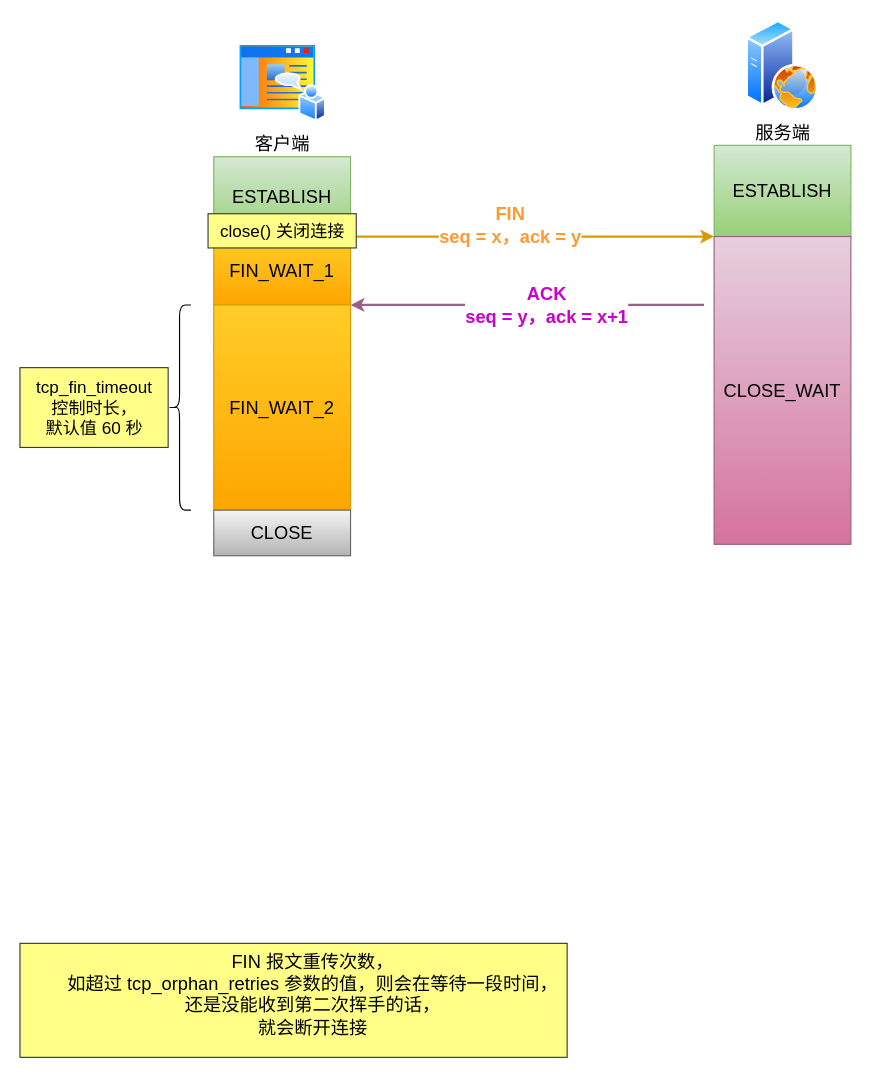
xiaolincoder/ImageHost4 keeps this draw.io diagram as 网络/fin_wait_2.drawio. Above is the earlier version. Source tidied: cells renumbered, new cells numbered last; positions are measured from the earlier drawing's top-left corner, leaving out a move shared by most shapes. Both pictures are drawn from the tidied source at 114%, with x=0, y=0 at pixel (19, 19).
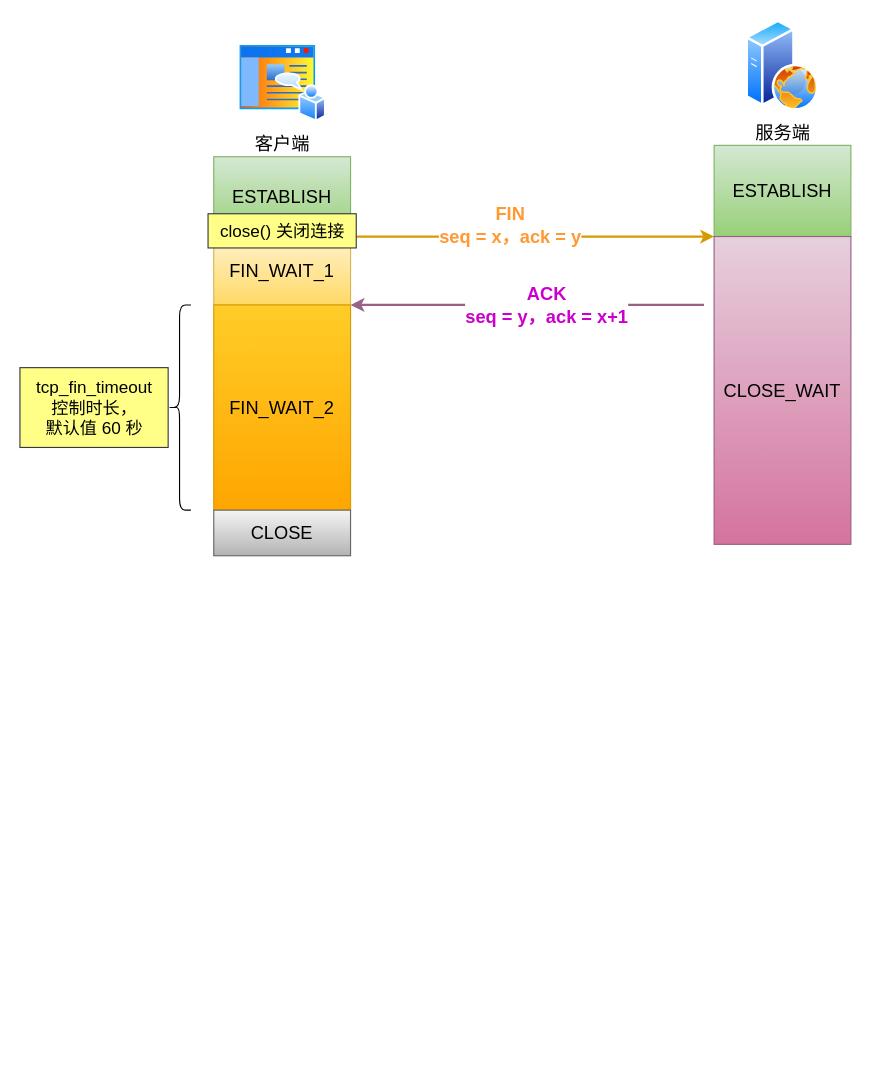
Above is the later version.

Change to the diagram source:
```diff
@@
 <mxGraphModel>
   <root>
     <mxCell id="0" />
     <mxCell id="1" parent="0" />
     <mxCell id="2" value="ESTABLISH" style="rounded=0;whiteSpace=wrap;html=1;fontSize=16;fillColor=#d5e8d4;strokeColor=#82b366;gradientColor=#97d077;" parent="1" vertex="1">
       <mxGeometry x="170" y="120" width="120" height="70" as="geometry" />
     </mxCell>
     <mxCell id="3" value="客户端" style="perimeter=ellipsePerimeter;html=1;align=center;shadow=0;dashed=0;spacingTop=3;image;image=img/lib/active_directory/home_page.svg;fontSize=16;" parent="1" vertex="1">
       <mxGeometry x="191.1" y="20" width="77.8" height="70" as="geometry" />
     </mxCell>
     <mxCell id="4" value="服务端" style="perimeter=ellipsePerimeter;html=1;align=center;shadow=0;dashed=0;spacingTop=3;image;image=img/lib/active_directory/web_server.svg;fontSize=16;" parent="1" vertex="1">
       <mxGeometry x="636.9" width="64" height="80" as="geometry" />
     </mxCell>
     <mxCell id="5" value="ESTABLISH" style="rounded=0;whiteSpace=wrap;html=1;fontSize=16;fillColor=#d5e8d4;strokeColor=#82b366;gradientColor=#97d077;" parent="1" vertex="1">
       <mxGeometry x="608.9" y="110" width="120" height="80" as="geometry" />
     </mxCell>
-    <mxCell id="6" value="FIN_WAIT_1" style="rounded=0;whiteSpace=wrap;html=1;fontSize=16;fillColor=#ffcd28;strokeColor=#d79b00;gradientColor=#ffa500;" parent="1" vertex="1">
+    <mxCell id="6" value="FIN_WAIT_1" style="rounded=0;whiteSpace=wrap;html=1;fontSize=16;fillColor=#fff2cc;strokeColor=#d6b656;gradientColor=#ffd966;" parent="1" vertex="1">
       <mxGeometry x="170" y="190" width="120" height="60" as="geometry" />
     </mxCell>
     <mxCell id="7" value="&lt;b style=&quot;color: rgb(255, 153, 51); font-size: 16px;&quot;&gt;FIN&lt;br style=&quot;font-size: 16px;&quot;&gt;seq = x，ack = y&lt;/b&gt;" style="rounded=0;jettySize=auto;html=1;fontSize=16;exitX=1;exitY=0;exitDx=0;exitDy=0;fillColor=#ffcd28;gradientColor=#ffa500;strokeColor=#d79b00;strokeWidth=2;entryX=0;entryY=1;entryDx=0;entryDy=0;" parent="1" edge="1" target="5">
       <mxGeometry x="-0.12" y="10" relative="1" as="geometry">
         <mxPoint x="290" y="190" as="sourcePoint" />
       </mxGeometry>
     </mxCell>
-    <mxCell id="8" value="&lt;blockquote style=&quot;orphans: 2; text-align: center; text-indent: 0px; widows: 2; text-decoration-thickness: initial; text-decoration-style: initial; text-decoration-color: initial; margin: 0px 0px 0px 40px; border: none; padding: 0px; -webkit-text-stroke-width: 0px; word-spacing: 0px; text-transform: none; letter-spacing: normal; font-weight: 400; font-variant-caps: normal; font-variant-ligatures: normal; font-style: normal; font-size: 16px; font-family: Helvetica; color: rgb(0, 0, 0);&quot;&gt;FIN 报文重传次数，&lt;/blockquote&gt;&lt;blockquote style=&quot;orphans: 2; text-align: center; text-indent: 0px; widows: 2; text-decoration-thickness: initial; text-decoration-style: initial; text-decoration-color: initial; margin: 0px 0px 0px 40px; border: none; padding: 0px;&quot;&gt;如超过 tcp_orphan_retries&amp;nbsp;参数的值，&lt;span style=&quot;color: rgb(0, 0, 0); font-family: Helvetica; font-size: 16px; font-style: normal; font-variant-ligatures: normal; font-variant-caps: normal; font-weight: 400; letter-spacing: normal; text-transform: none; word-spacing: 0px; -webkit-text-stroke-width: 0px;&quot;&gt;则会在等待一段时间，&lt;/span&gt;&lt;/blockquote&gt;&lt;blockquote style=&quot;font-family: Helvetica; font-size: 16px; font-style: normal; font-variant-ligatures: normal; font-variant-caps: normal; font-weight: 400; letter-spacing: normal; orphans: 2; text-align: center; text-indent: 0px; text-transform: none; widows: 2; word-spacing: 0px; -webkit-text-stroke-width: 0px; text-decoration-thickness: initial; text-decoration-style: initial; text-decoration-color: initial; color: rgb(0, 0, 0); margin: 0px 0px 0px 40px; border: none; padding: 0px;&quot;&gt;还是没能收到第二次挥手的话，&lt;/blockquote&gt;&lt;blockquote style=&quot;font-family: Helvetica; font-size: 16px; font-style: normal; font-variant-ligatures: normal; font-variant-caps: normal; font-weight: 400; letter-spacing: normal; orphans: 2; text-align: center; text-indent: 0px; text-transform: none; widows: 2; word-spacing: 0px; -webkit-text-stroke-width: 0px; text-decoration-thickness: initial; text-decoration-style: initial; text-decoration-color: initial; color: rgb(0, 0, 0); margin: 0px 0px 0px 40px; border: none; padding: 0px;&quot;&gt;就会断开连接&lt;/blockquote&gt;" style="text;whiteSpace=wrap;html=1;fontSize=16;fillColor=#ffff88;strokeColor=#36393d;labelBackgroundColor=none;" parent="1" vertex="1">
-      <mxGeometry y="810" width="480" height="100" as="geometry" />
-    </mxCell>
     <mxCell id="9" value="CLOSE_WAIT" style="rounded=0;whiteSpace=wrap;html=1;fontSize=16;fillColor=#e6d0de;strokeColor=#996185;gradientColor=#d5739d;" parent="1" vertex="1">
       <mxGeometry x="608.9" y="190" width="120" height="270" as="geometry" />
     </mxCell>
     <mxCell id="10" value="&lt;b style=&quot;font-size: 16px;&quot;&gt;&lt;font color=&quot;#cc00cc&quot;&gt;ACK&lt;br style=&quot;font-size: 16px;&quot;&gt;seq = y，ack = x+1&lt;/font&gt;&lt;/b&gt;" style="rounded=0;jettySize=auto;html=1;fontSize=16;fillColor=#e6d0de;gradientColor=#d5739d;strokeColor=#996185;strokeWidth=2;entryX=1;entryY=1;entryDx=0;entryDy=0;" parent="1" edge="1" target="6">
       <mxGeometry x="-0.11" relative="1" as="geometry">
         <mxPoint x="600" y="250" as="sourcePoint" />
       </mxGeometry>
     </mxCell>
     <mxCell id="11" value="FIN_WAIT_2" style="rounded=0;whiteSpace=wrap;html=1;fontSize=16;fillColor=#ffcd28;strokeColor=#d79b00;gradientColor=#ffa500;" parent="1" vertex="1">
       <mxGeometry x="170" y="250" width="120" height="180" as="geometry" />
     </mxCell>
     <mxCell id="12" value="close() 关闭连接" style="text;html=1;align=center;verticalAlign=middle;strokeColor=#36393d;fillColor=#ffff88;fontSize=15;" parent="1" vertex="1">
       <mxGeometry x="165" y="170" width="130" height="30" as="geometry" />
     </mxCell>
     <mxCell id="13" style="shape=curlyBracket;whiteSpace=wrap;html=1;rounded=1;fontSize=15;" parent="1" vertex="1">
       <mxGeometry x="130" y="250" width="20" height="180" as="geometry" />
     </mxCell>
     <mxCell id="14" value="tcp_fin_timeout &lt;br&gt;控制时长，&lt;br&gt;默认值 60 秒" style="text;html=1;align=center;verticalAlign=middle;strokeColor=#36393d;fillColor=#ffff88;fontSize=15;" parent="1" vertex="1">
       <mxGeometry y="305" width="130" height="70" as="geometry" />
     </mxCell>
     <mxCell id="15" value="CLOSE" style="rounded=0;whiteSpace=wrap;html=1;fontSize=16;fillColor=#f5f5f5;strokeColor=#666666;gradientColor=#b3b3b3;" parent="1" vertex="1">
       <mxGeometry x="170" y="430" width="120" height="40" as="geometry" />
     </mxCell>
   </root>
 </mxGraphModel>
```
